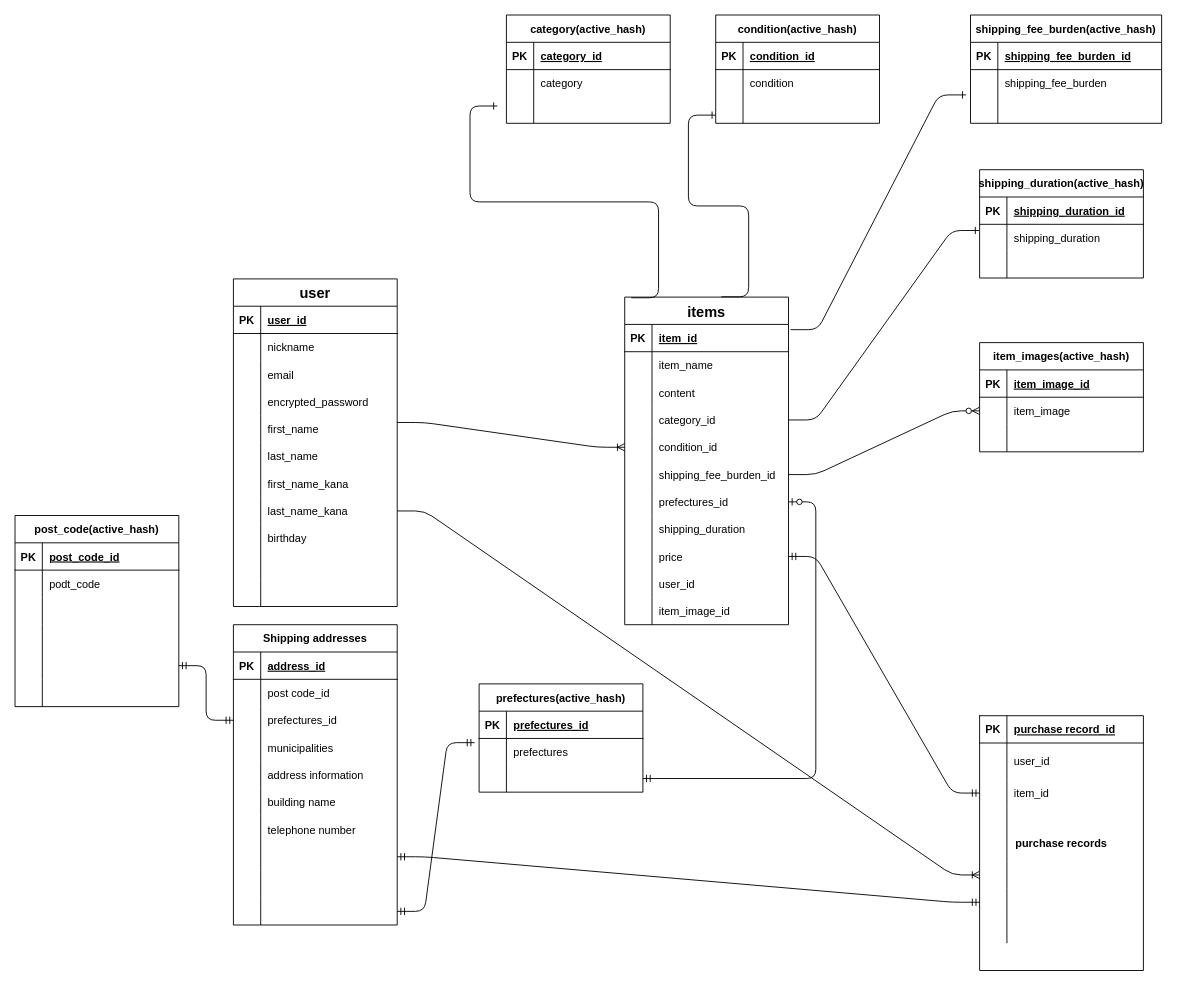
orihal123/furima-39539 keeps this draw.io diagram as furima.dio. Above is the earlier version. Source tidied: cells renumbered, new cells numbered last; positions are measured from the earlier drawing's top-left corner, leaving out a move shared by most shapes. Both pictures are drawn from the tidied source at 91%, with x=0, y=0 at pixel (15, 15).
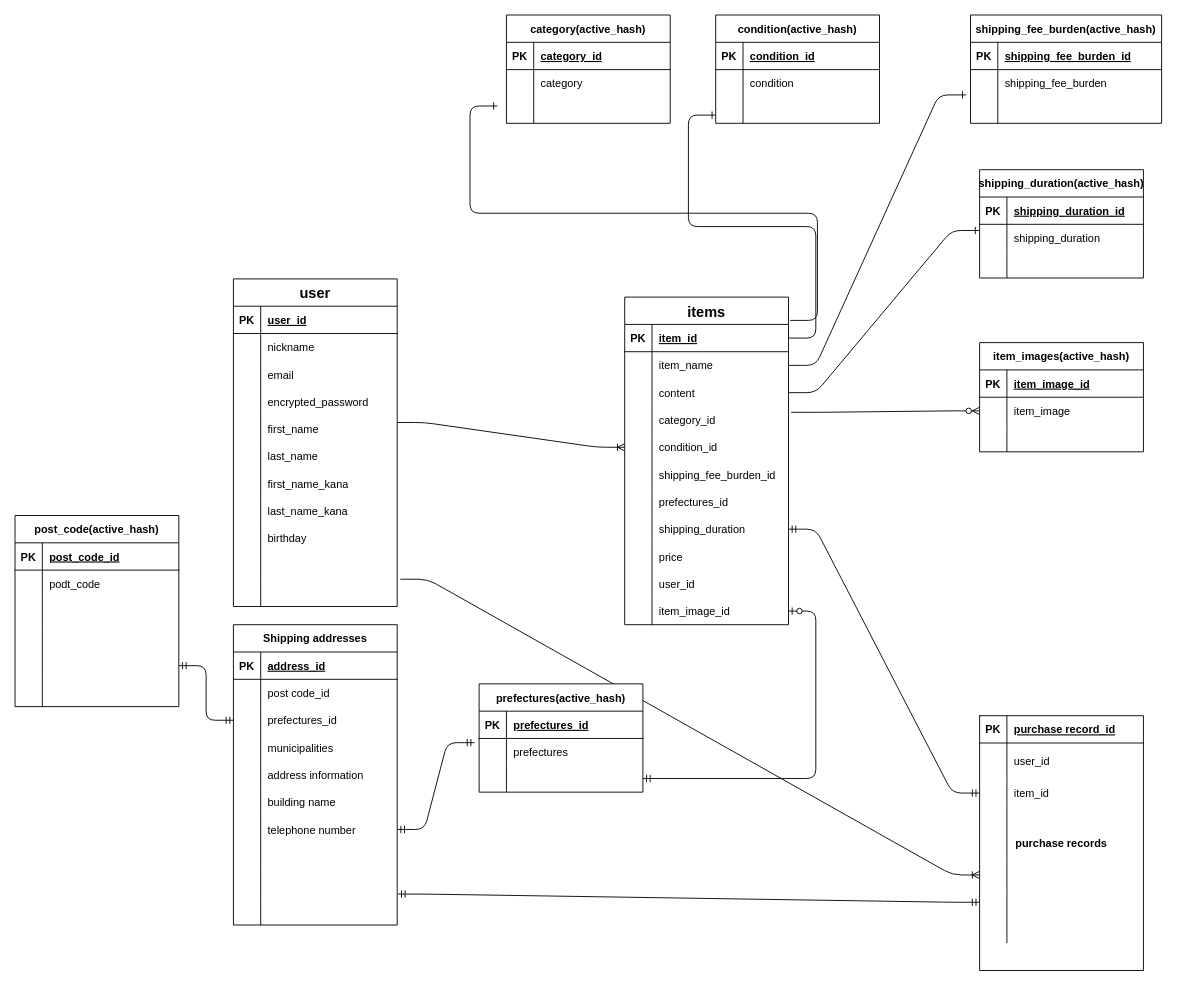
The same page after the edit.

The change refers to these unchanged cells:
```xml
<mxCell id="2" value="user" style="shape=table;startSize=30;childLayout=tableLayout;rowLines=0;fontStyle=1;align=center;fontSize=16;" parent="1" vertex="1">
  <mxGeometry x="240" y="290" width="180" height="360" as="geometry" />
</mxCell>
<mxCell id="24" style="shape=tableRow;horizontal=0;startSize=0;swimlaneHead=0;swimlaneBody=0;fillColor=none;points=[[0,0.5],[1,0.5]];portConstraint=eastwest;top=0;left=0;right=0;bottom=0;" parent="2" vertex="1">
  <mxGeometry y="240" width="180" height="30" as="geometry" />
</mxCell>
<mxCell id="33" style="shape=tableRow;horizontal=0;startSize=0;swimlaneHead=0;swimlaneBody=0;fillColor=none;points=[[0,0.5],[1,0.5]];portConstraint=eastwest;top=0;left=0;right=0;bottom=0;" parent="2" vertex="1">
  <mxGeometry y="330" width="180" height="30" as="geometry" />
</mxCell>
<mxCell id="43" style="shape=tableRow;horizontal=0;startSize=0;swimlaneHead=0;swimlaneBody=0;fillColor=none;points=[[0,0.5],[1,0.5]];portConstraint=eastwest;top=0;left=0;right=0;bottom=0;" parent="36" vertex="1">
  <mxGeometry y="70" width="180" height="30" as="geometry" />
</mxCell>
<mxCell id="52" style="shape=tableRow;horizontal=0;startSize=0;swimlaneHead=0;swimlaneBody=0;fillColor=none;points=[[0,0.5],[1,0.5]];portConstraint=eastwest;top=0;left=0;right=0;bottom=0;" parent="36" vertex="1">
  <mxGeometry y="160" width="180" height="30" as="geometry" />
</mxCell>
<mxCell id="55" style="shape=tableRow;horizontal=0;startSize=0;swimlaneHead=0;swimlaneBody=0;fillColor=none;points=[[0,0.5],[1,0.5]];portConstraint=eastwest;top=0;left=0;right=0;bottom=0;" parent="36" vertex="1">
  <mxGeometry y="190" width="180" height="30" as="geometry" />
</mxCell>
<mxCell id="61" value="items" style="shape=table;startSize=30;childLayout=tableLayout;rowLines=0;fontStyle=1;align=center;fontSize=16;" parent="1" vertex="1">
  <mxGeometry x="670" y="310" width="180" height="360" as="geometry" />
</mxCell>
<mxCell id="62" style="shape=tableRow;horizontal=0;startSize=0;swimlaneHead=0;swimlaneBody=0;fillColor=none;points=[[0,0.5],[1,0.5]];portConstraint=eastwest;top=0;left=0;right=0;bottom=1;" parent="61" vertex="1">
  <mxGeometry y="30" width="180" height="30" as="geometry" />
</mxCell>
<mxCell id="65" style="shape=tableRow;horizontal=0;startSize=0;swimlaneHead=0;swimlaneBody=0;fillColor=none;points=[[0,0.5],[1,0.5]];portConstraint=eastwest;top=0;left=0;right=0;bottom=0;" parent="61" vertex="1">
  <mxGeometry y="60" width="180" height="30" as="geometry" />
</mxCell>
<mxCell id="68" style="shape=tableRow;horizontal=0;startSize=0;swimlaneHead=0;swimlaneBody=0;fillColor=none;points=[[0,0.5],[1,0.5]];portConstraint=eastwest;top=0;left=0;right=0;bottom=0;" parent="61" vertex="1">
  <mxGeometry y="90" width="180" height="30" as="geometry" />
</mxCell>
<mxCell id="71" style="shape=tableRow;horizontal=0;startSize=0;swimlaneHead=0;swimlaneBody=0;fillColor=none;points=[[0,0.5],[1,0.5]];portConstraint=eastwest;top=0;left=0;right=0;bottom=0;" parent="61" vertex="1">
  <mxGeometry y="120" width="180" height="30" as="geometry" />
</mxCell>
<mxCell id="77" style="shape=tableRow;horizontal=0;startSize=0;swimlaneHead=0;swimlaneBody=0;fillColor=none;points=[[0,0.5],[1,0.5]];portConstraint=eastwest;top=0;left=0;right=0;bottom=0;" parent="61" vertex="1">
  <mxGeometry y="180" width="180" height="30" as="geometry" />
</mxCell>
<mxCell id="80" style="shape=tableRow;horizontal=0;startSize=0;swimlaneHead=0;swimlaneBody=0;fillColor=none;points=[[0,0.5],[1,0.5]];portConstraint=eastwest;top=0;left=0;right=0;bottom=0;" parent="61" vertex="1">
  <mxGeometry y="210" width="180" height="30" as="geometry" />
</mxCell>
<mxCell id="83" style="shape=tableRow;horizontal=0;startSize=0;swimlaneHead=0;swimlaneBody=0;fillColor=none;points=[[0,0.5],[1,0.5]];portConstraint=eastwest;top=0;left=0;right=0;bottom=0;" parent="61" vertex="1">
  <mxGeometry y="240" width="180" height="30" as="geometry" />
</mxCell>
<mxCell id="86" style="shape=tableRow;horizontal=0;startSize=0;swimlaneHead=0;swimlaneBody=0;fillColor=none;points=[[0,0.5],[1,0.5]];portConstraint=eastwest;top=0;left=0;right=0;bottom=0;" parent="61" vertex="1">
  <mxGeometry y="270" width="180" height="30" as="geometry" />
</mxCell>
<mxCell id="92" style="shape=tableRow;horizontal=0;startSize=0;swimlaneHead=0;swimlaneBody=0;fillColor=none;points=[[0,0.5],[1,0.5]];portConstraint=eastwest;top=0;left=0;right=0;bottom=0;" parent="61" vertex="1">
  <mxGeometry y="330" width="180" height="30" as="geometry" />
</mxCell>
<mxCell id="114" style="shape=tableRow;horizontal=0;startSize=0;swimlaneHead=0;swimlaneBody=0;fillColor=none;points=[[0,0.5],[1,0.5]];portConstraint=eastwest;top=0;left=0;right=0;bottom=0;" parent="95" vertex="1">
  <mxGeometry y="210" width="180" height="30" as="geometry" />
</mxCell>
<mxCell id="117" style="shape=tableRow;horizontal=0;startSize=0;swimlaneHead=0;swimlaneBody=0;fillColor=none;points=[[0,0.5],[1,0.5]];portConstraint=eastwest;top=0;left=0;right=0;bottom=0;" parent="95" vertex="1">
  <mxGeometry y="240" width="180" height="30" as="geometry" />
</mxCell>
<mxCell id="123" style="shape=tableRow;horizontal=0;startSize=0;swimlaneHead=0;swimlaneBody=0;fillColor=none;points=[[0,0.5],[1,0.5]];portConstraint=eastwest;top=0;left=0;right=0;bottom=0;" parent="95" vertex="1">
  <mxGeometry y="300" width="180" height="30" as="geometry" />
</mxCell>
<mxCell id="135" style="shape=tableRow;horizontal=0;startSize=0;swimlaneHead=0;swimlaneBody=0;fillColor=none;points=[[0,0.5],[1,0.5]];portConstraint=eastwest;top=0;left=0;right=0;bottom=0;" parent="131" vertex="1">
  <mxGeometry y="60" width="180" height="30" as="geometry" />
</mxCell>
<mxCell id="165" style="shape=tableRow;horizontal=0;startSize=0;swimlaneHead=0;swimlaneBody=0;fillColor=none;points=[[0,0.5],[1,0.5]];portConstraint=eastwest;top=0;left=0;right=0;bottom=0;" parent="161" vertex="1">
  <mxGeometry y="60" width="180" height="29" as="geometry" />
</mxCell>
<mxCell id="168" style="shape=tableRow;horizontal=0;startSize=0;swimlaneHead=0;swimlaneBody=0;fillColor=none;points=[[0,0.5],[1,0.5]];portConstraint=eastwest;top=0;left=0;right=0;bottom=0;" parent="161" vertex="1">
  <mxGeometry y="89" width="180" height="30" as="geometry" />
</mxCell>
<mxCell id="201" style="shape=tableRow;horizontal=0;startSize=0;swimlaneHead=0;swimlaneBody=0;fillColor=none;points=[[0,0.5],[1,0.5]];portConstraint=eastwest;top=0;left=0;right=0;bottom=0;" parent="194" vertex="1">
  <mxGeometry y="89" width="210" height="30" as="geometry" />
</mxCell>
<mxCell id="208" style="shape=tableRow;horizontal=0;startSize=0;swimlaneHead=0;swimlaneBody=0;fillColor=none;points=[[0,0.5],[1,0.5]];portConstraint=eastwest;top=0;left=0;right=0;bottom=0;" parent="204" vertex="1">
  <mxGeometry y="60" width="180" height="29" as="geometry" />
</mxCell>
```

Diff of the diagram source:
```diff
@@
-    <mxCell id="18" style="shape=tableRow;horizontal=0;startSize=0;swimlaneHead=0;swimlaneBody=0;fillColor=none;top=0;left=0;right=0;bottom=0;" parent="2" vertex="1">
+    <mxCell id="18" style="shape=tableRow;horizontal=0;startSize=0;swimlaneHead=0;swimlaneBody=0;fillColor=none;top=0;left=0;right=0;bottom=0;shadow=1;strokeColor=none;" parent="2" vertex="1">
       <mxGeometry y="180" width="180" height="30" as="geometry" />
     </mxCell>
@@
-    <mxCell id="127" style="edgeStyle=entityRelationEdgeStyle;fontSize=12;html=1;endArrow=ERoneToMany;strokeWidth=1;exitX=1;exitY=0.5;exitDx=0;exitDy=0;entryX=0;entryY=0.5;entryDx=0;entryDy=0;" parent="1" edge="1" source="24" target="52">
+    <mxCell id="127" style="edgeStyle=entityRelationEdgeStyle;fontSize=12;html=1;endArrow=ERoneToMany;strokeWidth=1;exitX=1.019;exitY=0;exitDx=0;exitDy=0;entryX=0;entryY=0.5;entryDx=0;entryDy=0;exitPerimeter=0;" parent="1" edge="1" source="33" target="52">
       <mxGeometry relative="1" as="geometry" />
     </mxCell>
-    <mxCell id="128" style="edgeStyle=entityRelationEdgeStyle;fontSize=12;html=1;endArrow=ERmandOne;startArrow=ERmandOne;strokeWidth=1;entryX=1;entryY=0.5;entryDx=0;entryDy=0;" parent="1" edge="1" source="43" target="86">
+    <mxCell id="128" style="edgeStyle=entityRelationEdgeStyle;fontSize=12;html=1;endArrow=ERmandOne;startArrow=ERmandOne;strokeWidth=1;entryX=1;entryY=0.5;entryDx=0;entryDy=0;" parent="1" edge="1" source="43" target="83">
       <mxGeometry relative="1" as="geometry" />
     </mxCell>
@@
-    <mxCell id="130" style="edgeStyle=entityRelationEdgeStyle;fontSize=12;html=1;endArrow=ERmandOne;startArrow=ERmandOne;strokeWidth=1;entryX=0;entryY=0.5;entryDx=0;entryDy=0;" parent="1" edge="1" source="117" target="55">
+    <mxCell id="130" style="edgeStyle=entityRelationEdgeStyle;fontSize=12;html=1;endArrow=ERmandOne;startArrow=ERmandOne;strokeWidth=1;entryX=0;entryY=0.5;entryDx=0;entryDy=0;exitX=1.004;exitY=-0.133;exitDx=0;exitDy=0;exitPerimeter=0;" parent="1" edge="1" source="123" target="55">
       <mxGeometry relative="1" as="geometry" />
     </mxCell>
@@
-    <mxCell id="141" style="edgeStyle=entityRelationEdgeStyle;fontSize=12;html=1;endArrow=ERzeroToMany;endFill=1;exitX=1;exitY=0.5;exitDx=0;exitDy=0;entryX=0;entryY=0.5;entryDx=0;entryDy=0;" parent="1" edge="1" source="77" target="135">
+    <mxCell id="141" style="edgeStyle=entityRelationEdgeStyle;fontSize=12;html=1;endArrow=ERzeroToMany;endFill=1;entryX=0;entryY=0.5;entryDx=0;entryDy=0;exitX=1.016;exitY=0.22;exitDx=0;exitDy=0;exitPerimeter=0;" parent="1" edge="1" source="71" target="135">
       <mxGeometry relative="1" as="geometry" />
     </mxCell>
@@
-    <mxCell id="172" style="edgeStyle=entityRelationEdgeStyle;fontSize=12;html=1;endArrow=ERmandOne;startArrow=ERmandOne;entryX=-0.028;entryY=0.159;entryDx=0;entryDy=0;exitX=1;exitY=0.5;exitDx=0;exitDy=0;entryPerimeter=0;" parent="1" edge="1" source="123" target="165">
+    <mxCell id="172" style="edgeStyle=entityRelationEdgeStyle;fontSize=12;html=1;endArrow=ERmandOne;startArrow=ERmandOne;entryX=-0.028;entryY=0.159;entryDx=0;entryDy=0;exitX=1;exitY=0.5;exitDx=0;exitDy=0;entryPerimeter=0;" parent="1" edge="1" source="114" target="165">
       <mxGeometry relative="1" as="geometry" />
     </mxCell>
-    <mxCell id="173" style="edgeStyle=entityRelationEdgeStyle;fontSize=12;html=1;endArrow=ERzeroToOne;startArrow=ERmandOne;exitX=1;exitY=0.5;exitDx=0;exitDy=0;" parent="1" edge="1" source="168" target="80">
+    <mxCell id="173" style="edgeStyle=entityRelationEdgeStyle;fontSize=12;html=1;endArrow=ERzeroToOne;startArrow=ERmandOne;exitX=1;exitY=0.5;exitDx=0;exitDy=0;" parent="1" edge="1" source="168" target="92">
       <mxGeometry relative="1" as="geometry" />
     </mxCell>
@@
-    <mxCell id="214" style="edgeStyle=entityRelationEdgeStyle;fontSize=12;html=1;endArrow=ERone;endFill=1;exitX=0.04;exitY=0.002;exitDx=0;exitDy=0;exitPerimeter=0;" parent="1" edge="1" source="61">
+    <mxCell id="214" style="edgeStyle=entityRelationEdgeStyle;fontSize=12;html=1;endArrow=ERone;endFill=1;exitX=1.01;exitY=-0.147;exitDx=0;exitDy=0;exitPerimeter=0;" parent="1" edge="1" source="62">
       <mxGeometry relative="1" as="geometry">
         <mxPoint x="530" y="100" as="targetPoint" />
       </mxGeometry>
     </mxCell>
-    <mxCell id="215" style="edgeStyle=entityRelationEdgeStyle;fontSize=12;html=1;endArrow=ERone;endFill=1;entryX=-0.004;entryY=0.234;entryDx=0;entryDy=0;entryPerimeter=0;exitX=1;exitY=0.5;exitDx=0;exitDy=0;" parent="1" edge="1" source="71" target="208">
+    <mxCell id="215" style="edgeStyle=entityRelationEdgeStyle;fontSize=12;html=1;endArrow=ERone;endFill=1;entryX=-0.004;entryY=0.234;entryDx=0;entryDy=0;entryPerimeter=0;exitX=1;exitY=0.5;exitDx=0;exitDy=0;" parent="1" edge="1" source="68" target="208">
       <mxGeometry relative="1" as="geometry" />
     </mxCell>
-    <mxCell id="216" style="edgeStyle=entityRelationEdgeStyle;fontSize=12;html=1;endArrow=ERone;endFill=1;entryX=-0.023;entryY=-0.04;entryDx=0;entryDy=0;entryPerimeter=0;exitX=1.012;exitY=0.193;exitDx=0;exitDy=0;exitPerimeter=0;" parent="1" edge="1" source="62" target="201">
+    <mxCell id="216" style="edgeStyle=entityRelationEdgeStyle;fontSize=12;html=1;endArrow=ERone;endFill=1;entryX=-0.023;entryY=-0.04;entryDx=0;entryDy=0;entryPerimeter=0;exitX=1;exitY=0.5;exitDx=0;exitDy=0;" parent="1" edge="1" source="65" target="201">
       <mxGeometry relative="1" as="geometry" />
     </mxCell>
-    <mxCell id="217" style="edgeStyle=entityRelationEdgeStyle;fontSize=12;html=1;endArrow=ERone;endFill=1;exitX=0.59;exitY=-0.001;exitDx=0;exitDy=0;exitPerimeter=0;" parent="1" edge="1" source="61">
+    <mxCell id="217" style="edgeStyle=entityRelationEdgeStyle;fontSize=12;html=1;endArrow=ERone;endFill=1;exitX=1;exitY=0.5;exitDx=0;exitDy=0;" parent="1" edge="1" source="62">
       <mxGeometry relative="1" as="geometry">
         <mxPoint x="770" y="110" as="targetPoint" />
       </mxGeometry>
     </mxCell>
```
